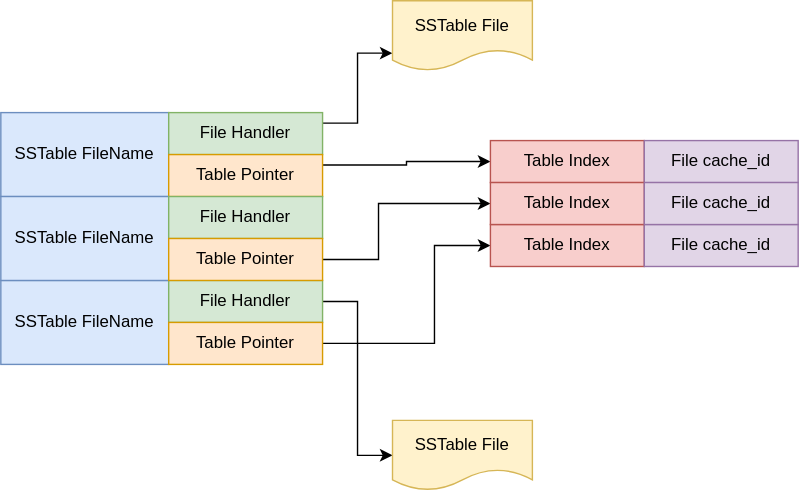
Before: levelDB/LevelDB-TableCache.drawio.svg, a diagram exported from draw.io (zwangsheng/draw). Source tidied: cells renumbered, new cells last; positions are measured from the earlier drawing's top-left corner, leaving out a move shared by most shapes.
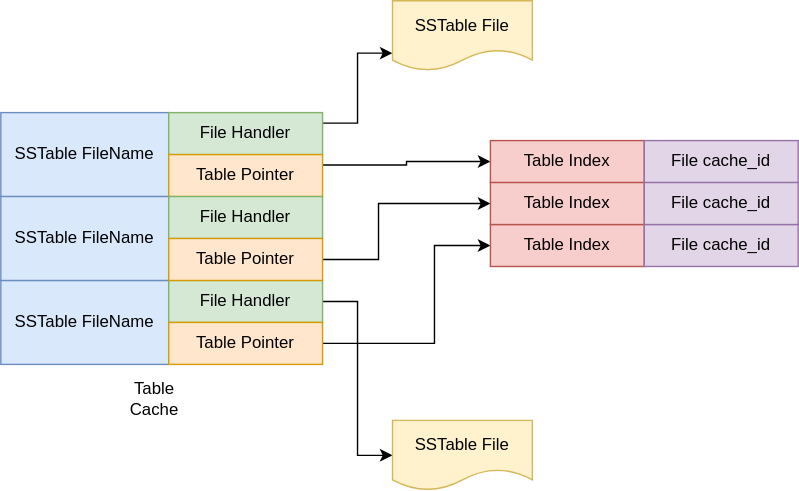
Later version of the same file.

Change to the diagram source:
```diff
@@ -78,5 +78,8 @@
     <mxCell id="23" value="File cache_id" style="rounded=0;whiteSpace=wrap;html=1;fillColor=#e1d5e7;strokeColor=#9673a6;" parent="1" vertex="1">
       <mxGeometry x="460" y="130" width="110" height="30" as="geometry" />
     </mxCell>
+    <mxCell id="24" value="Table Cache" style="text;html=1;strokeColor=none;fillColor=none;align=center;verticalAlign=middle;whiteSpace=wrap;rounded=0;" parent="1" vertex="1">
+      <mxGeometry x="80" y="270" width="60" height="30" as="geometry" />
+    </mxCell>
   </root>
 </mxGraphModel>
```
